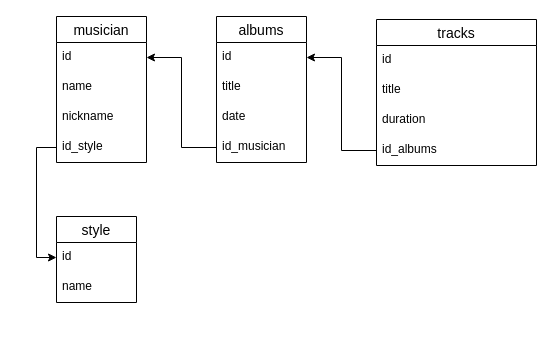
The draw.io diagram Untitled Diagram.drawio in maxtv1982/py-homework-basic-files, before the edit. Source tidied: cells renumbered, new cells numbered last; positions are measured from the earlier drawing's top-left corner, leaving out a move shared by most shapes. Both pictures are drawn from the tidied source at 100%, with x=0, y=0 at pixel (56, 16).
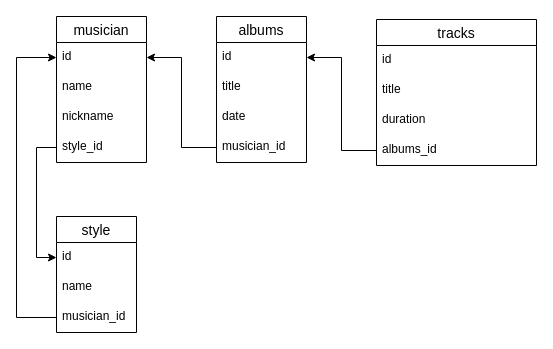
After the change.

The change refers to these unchanged cells:
```xml
<mxCell id="2" value="musician" style="swimlane;fontStyle=0;horizontal=1;startSize=26;align=center;fontSize=14;" parent="1" vertex="1">
  <mxGeometry width="90" height="146" as="geometry" />
</mxCell>
<mxCell id="3" value="id" style="text;strokeColor=none;fillColor=none;spacingLeft=4;spacingRight=4;overflow=hidden;points=[[0,0.5],[1,0.5]];portConstraint=eastwest;fontSize=12;" parent="2" vertex="1">
  <mxGeometry y="26" width="90" height="30" as="geometry" />
</mxCell>
<mxCell id="7" value="albums" style="swimlane;fontStyle=0;horizontal=1;startSize=26;align=center;fontSize=14;" parent="1" vertex="1">
  <mxGeometry x="160" width="90" height="146" as="geometry" />
</mxCell>
<mxCell id="12" value="tracks" style="swimlane;fontStyle=0;horizontal=1;startSize=26;align=center;fontSize=14;" parent="1" vertex="1">
  <mxGeometry x="320" y="3" width="160" height="146" as="geometry" />
</mxCell>
```

What changed in the source:
```diff
@@
-    <mxCell id="6" value="id_style" style="text;strokeColor=none;fillColor=none;spacingLeft=4;spacingRight=4;overflow=hidden;points=[[0,0.5],[1,0.5]];portConstraint=eastwest;fontSize=12;" parent="2" vertex="1">
+    <mxCell id="6" value="style_id" style="text;strokeColor=none;fillColor=none;spacingLeft=4;spacingRight=4;overflow=hidden;points=[[0,0.5],[1,0.5]];portConstraint=eastwest;fontSize=12;" parent="2" vertex="1">
       <mxGeometry y="116" width="90" height="30" as="geometry" />
     </mxCell>
@@
-    <mxCell id="11" value="id_musician" style="text;strokeColor=none;fillColor=none;spacingLeft=4;spacingRight=4;overflow=hidden;points=[[0,0.5],[1,0.5]];portConstraint=eastwest;fontSize=12;" parent="7" vertex="1">
+    <mxCell id="11" value="musician_id" style="text;strokeColor=none;fillColor=none;spacingLeft=4;spacingRight=4;overflow=hidden;points=[[0,0.5],[1,0.5]];portConstraint=eastwest;fontSize=12;" parent="7" vertex="1">
       <mxGeometry y="116" width="90" height="30" as="geometry" />
     </mxCell>
@@
-    <mxCell id="16" value="id_albums" style="text;strokeColor=none;fillColor=none;spacingLeft=4;spacingRight=4;overflow=hidden;points=[[0,0.5],[1,0.5]];portConstraint=eastwest;fontSize=12;" parent="12" vertex="1">
+    <mxCell id="16" value="albums_id" style="text;strokeColor=none;fillColor=none;spacingLeft=4;spacingRight=4;overflow=hidden;points=[[0,0.5],[1,0.5]];portConstraint=eastwest;fontSize=12;" parent="12" vertex="1">
       <mxGeometry y="116" width="160" height="30" as="geometry" />
     </mxCell>
     <mxCell id="17" value="style" style="swimlane;fontStyle=0;horizontal=1;startSize=26;align=center;fontSize=14;" parent="1" vertex="1">
-      <mxGeometry y="200" width="80" height="86" as="geometry" />
+      <mxGeometry y="200" width="80" height="116" as="geometry" />
     </mxCell>
@@
+    <mxCell id="23" value="musician_id" style="text;strokeColor=none;fillColor=none;spacingLeft=4;spacingRight=4;overflow=hidden;points=[[0,0.5],[1,0.5]];portConstraint=eastwest;fontSize=12;" parent="17" vertex="1">
+      <mxGeometry y="86" width="80" height="30" as="geometry" />
+    </mxCell>
@@
+    <mxCell id="24" style="edgeStyle=orthogonalEdgeStyle;rounded=0;jettySize=auto;html=1;exitX=0;exitY=0.5;exitDx=0;exitDy=0;entryX=0;entryY=0.5;entryDx=0;entryDy=0;" parent="1" edge="1" source="23" target="3">
+      <mxGeometry relative="1" as="geometry">
+        <Array as="points">
+          <mxPoint x="-40" y="301" />
+          <mxPoint x="-40" y="41" />
+        </Array>
+      </mxGeometry>
+    </mxCell>
```
